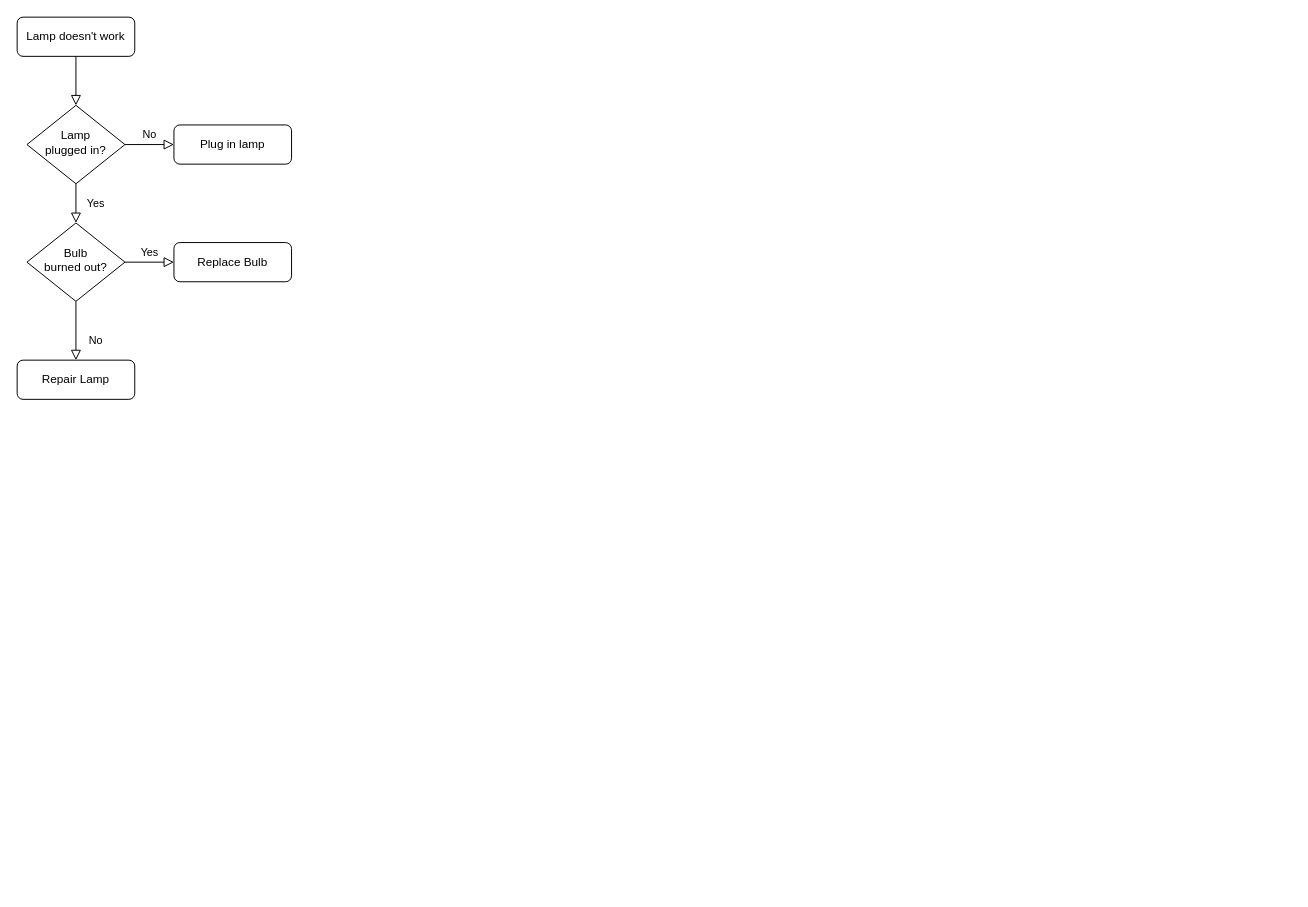
Before: lesson-form.drawio in Tony-Liuduan/TODOS, a draw.io diagram. Source tidied: cells renumbered, new cells numbered last; positions are measured from the earlier drawing's top-left corner, leaving out a move shared by most shapes. Both pictures are drawn from the tidied source at 98%, with x=0, y=0 at pixel (17, 17).
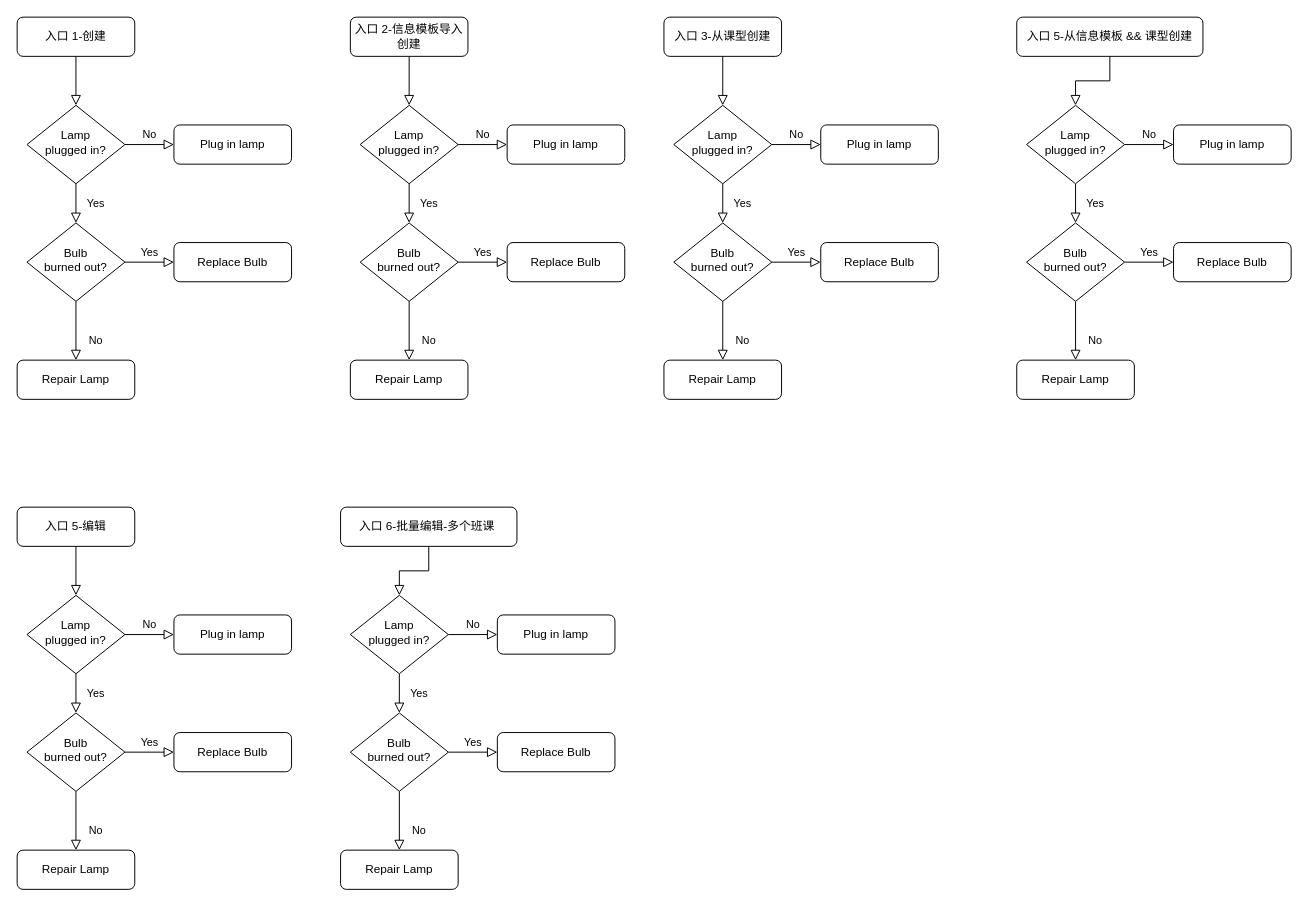
The same diagram, later.

Change to the diagram source:
```diff
@@
-    <mxCell id="3" value="Lamp doesn't work" style="rounded=1;whiteSpace=wrap;html=1;fontSize=12;glass=0;strokeWidth=1;shadow=0;" parent="1" vertex="1">
+    <mxCell id="3" value="入口 1-创建" style="rounded=1;whiteSpace=wrap;html=1;fontSize=12;glass=0;strokeWidth=1;shadow=0;" parent="1" vertex="1">
       <mxGeometry width="120" height="40" as="geometry" />
     </mxCell>
@@
+    <mxCell id="13" style="rounded=0;html=1;jettySize=auto;fontSize=11;endArrow=block;endFill=0;endSize=8;strokeWidth=1;shadow=0;labelBackgroundColor=none;edgeStyle=orthogonalEdgeStyle;" parent="1" edge="1" source="14" target="17">
+      <mxGeometry relative="1" as="geometry" />
+    </mxCell>
+    <mxCell id="14" value="入口 5-编辑" style="rounded=1;whiteSpace=wrap;html=1;fontSize=12;glass=0;strokeWidth=1;shadow=0;" parent="1" vertex="1">
+      <mxGeometry y="500" width="120" height="40" as="geometry" />
+    </mxCell>
+    <mxCell id="15" value="Yes" style="rounded=0;html=1;jettySize=auto;fontSize=11;endArrow=block;endFill=0;endSize=8;strokeWidth=1;shadow=0;labelBackgroundColor=none;edgeStyle=orthogonalEdgeStyle;" parent="1" edge="1" source="17" target="21">
+      <mxGeometry y="20" relative="1" as="geometry" />
+    </mxCell>
+    <mxCell id="16" value="No" style="edgeStyle=orthogonalEdgeStyle;rounded=0;html=1;jettySize=auto;fontSize=11;endArrow=block;endFill=0;endSize=8;strokeWidth=1;shadow=0;labelBackgroundColor=none;" parent="1" edge="1" source="17" target="18">
+      <mxGeometry y="10" relative="1" as="geometry" />
+    </mxCell>
+    <mxCell id="17" value="Lamp&lt;br&gt;plugged in?" style="rhombus;whiteSpace=wrap;html=1;shadow=0;fontFamily=Helvetica;fontSize=12;align=center;strokeWidth=1;spacing=6;spacingTop=-4;" parent="1" vertex="1">
+      <mxGeometry x="10" y="590" width="100" height="80" as="geometry" />
+    </mxCell>
+    <mxCell id="18" value="Plug in lamp" style="rounded=1;whiteSpace=wrap;html=1;fontSize=12;glass=0;strokeWidth=1;shadow=0;" parent="1" vertex="1">
+      <mxGeometry x="160" y="610" width="120" height="40" as="geometry" />
+    </mxCell>
+    <mxCell id="19" value="No" style="rounded=0;html=1;jettySize=auto;fontSize=11;endArrow=block;endFill=0;endSize=8;strokeWidth=1;shadow=0;labelBackgroundColor=none;edgeStyle=orthogonalEdgeStyle;" parent="1" edge="1" source="21" target="22">
+      <mxGeometry x="0.33" y="20" relative="1" as="geometry" />
+    </mxCell>
+    <mxCell id="20" value="Yes" style="edgeStyle=orthogonalEdgeStyle;rounded=0;html=1;jettySize=auto;fontSize=11;endArrow=block;endFill=0;endSize=8;strokeWidth=1;shadow=0;labelBackgroundColor=none;" parent="1" edge="1" source="21" target="23">
+      <mxGeometry y="10" relative="1" as="geometry" />
+    </mxCell>
+    <mxCell id="21" value="Bulb&lt;br&gt;burned out?" style="rhombus;whiteSpace=wrap;html=1;shadow=0;fontFamily=Helvetica;fontSize=12;align=center;strokeWidth=1;spacing=6;spacingTop=-4;" parent="1" vertex="1">
+      <mxGeometry x="10" y="710" width="100" height="80" as="geometry" />
+    </mxCell>
+    <mxCell id="22" value="Repair Lamp" style="rounded=1;whiteSpace=wrap;html=1;fontSize=12;glass=0;strokeWidth=1;shadow=0;" parent="1" vertex="1">
+      <mxGeometry y="850" width="120" height="40" as="geometry" />
+    </mxCell>
+    <mxCell id="23" value="Replace Bulb" style="rounded=1;whiteSpace=wrap;html=1;fontSize=12;glass=0;strokeWidth=1;shadow=0;" parent="1" vertex="1">
+      <mxGeometry x="160" y="730" width="120" height="40" as="geometry" />
+    </mxCell>
+    <mxCell id="24" style="rounded=0;html=1;jettySize=auto;fontSize=11;endArrow=block;endFill=0;endSize=8;strokeWidth=1;shadow=0;labelBackgroundColor=none;edgeStyle=orthogonalEdgeStyle;" parent="1" edge="1" source="25" target="28">
+      <mxGeometry relative="1" as="geometry" />
+    </mxCell>
+    <mxCell id="25" value="入口 3-从课型创建" style="rounded=1;whiteSpace=wrap;html=1;fontSize=12;glass=0;strokeWidth=1;shadow=0;" parent="1" vertex="1">
+      <mxGeometry x="660" width="120" height="40" as="geometry" />
+    </mxCell>
+    <mxCell id="26" value="Yes" style="rounded=0;html=1;jettySize=auto;fontSize=11;endArrow=block;endFill=0;endSize=8;strokeWidth=1;shadow=0;labelBackgroundColor=none;edgeStyle=orthogonalEdgeStyle;" parent="1" edge="1" source="28" target="32">
+      <mxGeometry y="20" relative="1" as="geometry" />
+    </mxCell>
+    <mxCell id="27" value="No" style="edgeStyle=orthogonalEdgeStyle;rounded=0;html=1;jettySize=auto;fontSize=11;endArrow=block;endFill=0;endSize=8;strokeWidth=1;shadow=0;labelBackgroundColor=none;" parent="1" edge="1" source="28" target="29">
+      <mxGeometry y="10" relative="1" as="geometry" />
+    </mxCell>
+    <mxCell id="28" value="Lamp&lt;br&gt;plugged in?" style="rhombus;whiteSpace=wrap;html=1;shadow=0;fontFamily=Helvetica;fontSize=12;align=center;strokeWidth=1;spacing=6;spacingTop=-4;" parent="1" vertex="1">
+      <mxGeometry x="670" y="90" width="100" height="80" as="geometry" />
+    </mxCell>
+    <mxCell id="29" value="Plug in lamp" style="rounded=1;whiteSpace=wrap;html=1;fontSize=12;glass=0;strokeWidth=1;shadow=0;" parent="1" vertex="1">
+      <mxGeometry x="820" y="110" width="120" height="40" as="geometry" />
+    </mxCell>
+    <mxCell id="30" value="No" style="rounded=0;html=1;jettySize=auto;fontSize=11;endArrow=block;endFill=0;endSize=8;strokeWidth=1;shadow=0;labelBackgroundColor=none;edgeStyle=orthogonalEdgeStyle;" parent="1" edge="1" source="32" target="33">
+      <mxGeometry x="0.33" y="20" relative="1" as="geometry" />
+    </mxCell>
+    <mxCell id="31" value="Yes" style="edgeStyle=orthogonalEdgeStyle;rounded=0;html=1;jettySize=auto;fontSize=11;endArrow=block;endFill=0;endSize=8;strokeWidth=1;shadow=0;labelBackgroundColor=none;" parent="1" edge="1" source="32" target="34">
+      <mxGeometry y="10" relative="1" as="geometry" />
+    </mxCell>
+    <mxCell id="32" value="Bulb&lt;br&gt;burned out?" style="rhombus;whiteSpace=wrap;html=1;shadow=0;fontFamily=Helvetica;fontSize=12;align=center;strokeWidth=1;spacing=6;spacingTop=-4;" parent="1" vertex="1">
+      <mxGeometry x="670" y="210" width="100" height="80" as="geometry" />
+    </mxCell>
+    <mxCell id="33" value="Repair Lamp" style="rounded=1;whiteSpace=wrap;html=1;fontSize=12;glass=0;strokeWidth=1;shadow=0;" parent="1" vertex="1">
+      <mxGeometry x="660" y="350" width="120" height="40" as="geometry" />
+    </mxCell>
+    <mxCell id="34" value="Replace Bulb" style="rounded=1;whiteSpace=wrap;html=1;fontSize=12;glass=0;strokeWidth=1;shadow=0;" parent="1" vertex="1">
+      <mxGeometry x="820" y="230" width="120" height="40" as="geometry" />
+    </mxCell>
+    <mxCell id="35" style="rounded=0;html=1;jettySize=auto;fontSize=11;endArrow=block;endFill=0;endSize=8;strokeWidth=1;shadow=0;labelBackgroundColor=none;edgeStyle=orthogonalEdgeStyle;" parent="1" edge="1" source="36" target="39">
+      <mxGeometry relative="1" as="geometry" />
+    </mxCell>
+    <mxCell id="36" value="入口 5-从信息模板 &amp;amp;&amp;amp; 课型创建" style="rounded=1;whiteSpace=wrap;html=1;fontSize=12;glass=0;strokeWidth=1;shadow=0;" parent="1" vertex="1">
+      <mxGeometry x="1020" width="190" height="40" as="geometry" />
+    </mxCell>
+    <mxCell id="37" value="Yes" style="rounded=0;html=1;jettySize=auto;fontSize=11;endArrow=block;endFill=0;endSize=8;strokeWidth=1;shadow=0;labelBackgroundColor=none;edgeStyle=orthogonalEdgeStyle;" parent="1" edge="1" source="39" target="43">
+      <mxGeometry y="20" relative="1" as="geometry" />
+    </mxCell>
+    <mxCell id="38" value="No" style="edgeStyle=orthogonalEdgeStyle;rounded=0;html=1;jettySize=auto;fontSize=11;endArrow=block;endFill=0;endSize=8;strokeWidth=1;shadow=0;labelBackgroundColor=none;" parent="1" edge="1" source="39" target="40">
+      <mxGeometry y="10" relative="1" as="geometry" />
+    </mxCell>
+    <mxCell id="39" value="Lamp&lt;br&gt;plugged in?" style="rhombus;whiteSpace=wrap;html=1;shadow=0;fontFamily=Helvetica;fontSize=12;align=center;strokeWidth=1;spacing=6;spacingTop=-4;" parent="1" vertex="1">
+      <mxGeometry x="1030" y="90" width="100" height="80" as="geometry" />
+    </mxCell>
+    <mxCell id="40" value="Plug in lamp" style="rounded=1;whiteSpace=wrap;html=1;fontSize=12;glass=0;strokeWidth=1;shadow=0;" parent="1" vertex="1">
+      <mxGeometry x="1180" y="110" width="120" height="40" as="geometry" />
+    </mxCell>
+    <mxCell id="41" value="No" style="rounded=0;html=1;jettySize=auto;fontSize=11;endArrow=block;endFill=0;endSize=8;strokeWidth=1;shadow=0;labelBackgroundColor=none;edgeStyle=orthogonalEdgeStyle;" parent="1" edge="1" source="43" target="44">
+      <mxGeometry x="0.33" y="20" relative="1" as="geometry" />
+    </mxCell>
+    <mxCell id="42" value="Yes" style="edgeStyle=orthogonalEdgeStyle;rounded=0;html=1;jettySize=auto;fontSize=11;endArrow=block;endFill=0;endSize=8;strokeWidth=1;shadow=0;labelBackgroundColor=none;" parent="1" edge="1" source="43" target="45">
+      <mxGeometry y="10" relative="1" as="geometry" />
+    </mxCell>
+    <mxCell id="43" value="Bulb&lt;br&gt;burned out?" style="rhombus;whiteSpace=wrap;html=1;shadow=0;fontFamily=Helvetica;fontSize=12;align=center;strokeWidth=1;spacing=6;spacingTop=-4;" parent="1" vertex="1">
+      <mxGeometry x="1030" y="210" width="100" height="80" as="geometry" />
+    </mxCell>
+    <mxCell id="44" value="Repair Lamp" style="rounded=1;whiteSpace=wrap;html=1;fontSize=12;glass=0;strokeWidth=1;shadow=0;" parent="1" vertex="1">
+      <mxGeometry x="1020" y="350" width="120" height="40" as="geometry" />
+    </mxCell>
+    <mxCell id="45" value="Replace Bulb" style="rounded=1;whiteSpace=wrap;html=1;fontSize=12;glass=0;strokeWidth=1;shadow=0;" parent="1" vertex="1">
+      <mxGeometry x="1180" y="230" width="120" height="40" as="geometry" />
+    </mxCell>
+    <mxCell id="46" style="rounded=0;html=1;jettySize=auto;fontSize=11;endArrow=block;endFill=0;endSize=8;strokeWidth=1;shadow=0;labelBackgroundColor=none;edgeStyle=orthogonalEdgeStyle;" parent="1" edge="1" source="47" target="50">
+      <mxGeometry relative="1" as="geometry" />
+    </mxCell>
+    <mxCell id="47" value="入口 6-批量编辑-多个班课&amp;nbsp;" style="rounded=1;whiteSpace=wrap;html=1;fontSize=12;glass=0;strokeWidth=1;shadow=0;" parent="1" vertex="1">
+      <mxGeometry x="330" y="500" width="180" height="40" as="geometry" />
+    </mxCell>
+    <mxCell id="48" value="Yes" style="rounded=0;html=1;jettySize=auto;fontSize=11;endArrow=block;endFill=0;endSize=8;strokeWidth=1;shadow=0;labelBackgroundColor=none;edgeStyle=orthogonalEdgeStyle;" parent="1" edge="1" source="50" target="54">
+      <mxGeometry y="20" relative="1" as="geometry" />
+    </mxCell>
+    <mxCell id="49" value="No" style="edgeStyle=orthogonalEdgeStyle;rounded=0;html=1;jettySize=auto;fontSize=11;endArrow=block;endFill=0;endSize=8;strokeWidth=1;shadow=0;labelBackgroundColor=none;" parent="1" edge="1" source="50" target="51">
+      <mxGeometry y="10" relative="1" as="geometry" />
+    </mxCell>
+    <mxCell id="50" value="Lamp&lt;br&gt;plugged in?" style="rhombus;whiteSpace=wrap;html=1;shadow=0;fontFamily=Helvetica;fontSize=12;align=center;strokeWidth=1;spacing=6;spacingTop=-4;" parent="1" vertex="1">
+      <mxGeometry x="340" y="590" width="100" height="80" as="geometry" />
+    </mxCell>
+    <mxCell id="51" value="Plug in lamp" style="rounded=1;whiteSpace=wrap;html=1;fontSize=12;glass=0;strokeWidth=1;shadow=0;" parent="1" vertex="1">
+      <mxGeometry x="490" y="610" width="120" height="40" as="geometry" />
+    </mxCell>
+    <mxCell id="52" value="No" style="rounded=0;html=1;jettySize=auto;fontSize=11;endArrow=block;endFill=0;endSize=8;strokeWidth=1;shadow=0;labelBackgroundColor=none;edgeStyle=orthogonalEdgeStyle;" parent="1" edge="1" source="54" target="55">
+      <mxGeometry x="0.33" y="20" relative="1" as="geometry" />
+    </mxCell>
+    <mxCell id="53" value="Yes" style="edgeStyle=orthogonalEdgeStyle;rounded=0;html=1;jettySize=auto;fontSize=11;endArrow=block;endFill=0;endSize=8;strokeWidth=1;shadow=0;labelBackgroundColor=none;" parent="1" edge="1" source="54" target="56">
+      <mxGeometry y="10" relative="1" as="geometry" />
+    </mxCell>
+    <mxCell id="54" value="Bulb&lt;br&gt;burned out?" style="rhombus;whiteSpace=wrap;html=1;shadow=0;fontFamily=Helvetica;fontSize=12;align=center;strokeWidth=1;spacing=6;spacingTop=-4;" parent="1" vertex="1">
+      <mxGeometry x="340" y="710" width="100" height="80" as="geometry" />
+    </mxCell>
+    <mxCell id="55" value="Repair Lamp" style="rounded=1;whiteSpace=wrap;html=1;fontSize=12;glass=0;strokeWidth=1;shadow=0;" parent="1" vertex="1">
+      <mxGeometry x="330" y="850" width="120" height="40" as="geometry" />
+    </mxCell>
+    <mxCell id="56" value="Replace Bulb" style="rounded=1;whiteSpace=wrap;html=1;fontSize=12;glass=0;strokeWidth=1;shadow=0;" parent="1" vertex="1">
+      <mxGeometry x="490" y="730" width="120" height="40" as="geometry" />
+    </mxCell>
+    <mxCell id="57" style="rounded=0;html=1;jettySize=auto;fontSize=11;endArrow=block;endFill=0;endSize=8;strokeWidth=1;shadow=0;labelBackgroundColor=none;edgeStyle=orthogonalEdgeStyle;" parent="1" edge="1" source="58" target="61">
+      <mxGeometry relative="1" as="geometry" />
+    </mxCell>
+    <mxCell id="58" value="入口 2-信息模板导入创建" style="rounded=1;whiteSpace=wrap;html=1;fontSize=12;glass=0;strokeWidth=1;shadow=0;" parent="1" vertex="1">
+      <mxGeometry x="340" width="120" height="40" as="geometry" />
+    </mxCell>
+    <mxCell id="59" value="Yes" style="rounded=0;html=1;jettySize=auto;fontSize=11;endArrow=block;endFill=0;endSize=8;strokeWidth=1;shadow=0;labelBackgroundColor=none;edgeStyle=orthogonalEdgeStyle;" parent="1" edge="1" source="61" target="65">
+      <mxGeometry y="20" relative="1" as="geometry" />
+    </mxCell>
+    <mxCell id="60" value="No" style="edgeStyle=orthogonalEdgeStyle;rounded=0;html=1;jettySize=auto;fontSize=11;endArrow=block;endFill=0;endSize=8;strokeWidth=1;shadow=0;labelBackgroundColor=none;" parent="1" edge="1" source="61" target="62">
+      <mxGeometry y="10" relative="1" as="geometry" />
+    </mxCell>
+    <mxCell id="61" value="Lamp&lt;br&gt;plugged in?" style="rhombus;whiteSpace=wrap;html=1;shadow=0;fontFamily=Helvetica;fontSize=12;align=center;strokeWidth=1;spacing=6;spacingTop=-4;" parent="1" vertex="1">
+      <mxGeometry x="350" y="90" width="100" height="80" as="geometry" />
+    </mxCell>
+    <mxCell id="62" value="Plug in lamp" style="rounded=1;whiteSpace=wrap;html=1;fontSize=12;glass=0;strokeWidth=1;shadow=0;" parent="1" vertex="1">
+      <mxGeometry x="500" y="110" width="120" height="40" as="geometry" />
+    </mxCell>
+    <mxCell id="63" value="No" style="rounded=0;html=1;jettySize=auto;fontSize=11;endArrow=block;endFill=0;endSize=8;strokeWidth=1;shadow=0;labelBackgroundColor=none;edgeStyle=orthogonalEdgeStyle;" parent="1" edge="1" source="65" target="66">
+      <mxGeometry x="0.33" y="20" relative="1" as="geometry" />
+    </mxCell>
+    <mxCell id="64" value="Yes" style="edgeStyle=orthogonalEdgeStyle;rounded=0;html=1;jettySize=auto;fontSize=11;endArrow=block;endFill=0;endSize=8;strokeWidth=1;shadow=0;labelBackgroundColor=none;" parent="1" edge="1" source="65" target="67">
+      <mxGeometry y="10" relative="1" as="geometry" />
+    </mxCell>
+    <mxCell id="65" value="Bulb&lt;br&gt;burned out?" style="rhombus;whiteSpace=wrap;html=1;shadow=0;fontFamily=Helvetica;fontSize=12;align=center;strokeWidth=1;spacing=6;spacingTop=-4;" parent="1" vertex="1">
+      <mxGeometry x="350" y="210" width="100" height="80" as="geometry" />
+    </mxCell>
+    <mxCell id="66" value="Repair Lamp" style="rounded=1;whiteSpace=wrap;html=1;fontSize=12;glass=0;strokeWidth=1;shadow=0;" parent="1" vertex="1">
+      <mxGeometry x="340" y="350" width="120" height="40" as="geometry" />
+    </mxCell>
+    <mxCell id="67" value="Replace Bulb" style="rounded=1;whiteSpace=wrap;html=1;fontSize=12;glass=0;strokeWidth=1;shadow=0;" parent="1" vertex="1">
+      <mxGeometry x="500" y="230" width="120" height="40" as="geometry" />
+    </mxCell>
```
